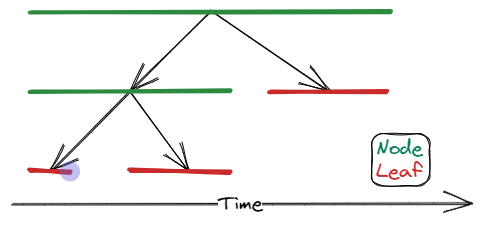
Before: doc/05-resources/img/design/schedulingTree.excalidraw.png, a diagram exported from Excalidraw (simbarras/tb23-gpu-opt-celeritas). Source tidied: one line per element, renumbered; positions are measured from the earlier drawing's top-left corner, leaving out a move shared by most shapes.
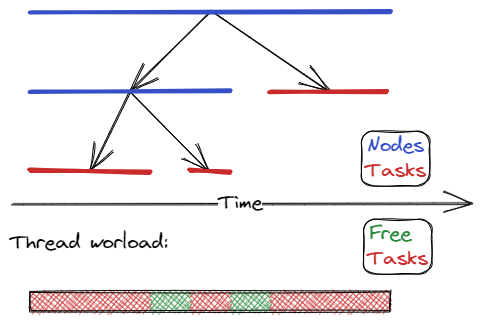
After the commit.

Diff of the diagram source:
```diff
@@ -1,14 +1,24 @@
 {"id": 0, "type": "arrow", "strokeColor": "#000000", "strokeWidth": 1, "roughness": 1, "endArrowhead": "arrow", "round": true, "x": 199, "y": 0, "width": 120, "height": 80, "points": [[0, 0], [120, 80]]}
 {"id": 1, "type": "arrow", "strokeColor": "#000000", "strokeWidth": 1, "roughness": 1, "endArrowhead": "arrow", "round": true, "x": 199, "y": 0, "width": 80, "height": 80, "points": [[0, 0], [-80, 80]]}
-{"id": 2, "type": "arrow", "strokeColor": "#000000", "strokeWidth": 1, "roughness": 1, "endArrowhead": "arrow", "round": true, "x": 119, "y": 80, "width": 80, "height": 80, "points": [[0, 0], [-80, 80]]}
+{"id": 2, "type": "arrow", "strokeColor": "#000000", "strokeWidth": 1, "roughness": 1, "endArrowhead": "arrow", "round": true, "x": 119, "y": 80, "width": 40, "height": 80, "points": [[0, 0], [-40, 80]]}
-{"id": 3, "type": "arrow", "strokeColor": "#000000", "strokeWidth": 1, "roughness": 1, "endArrowhead": "arrow", "round": true, "x": 119, "y": 80, "width": 60, "height": 80, "points": [[0, 0], [60, 80]]}
+{"id": 3, "type": "arrow", "strokeColor": "#000000", "strokeWidth": 1, "roughness": 1, "endArrowhead": "arrow", "round": true, "x": 119, "y": 80, "width": 80, "height": 80, "points": [[0, 0], [80, 80]]}
-{"id": 4, "type": "line", "strokeColor": "#2b8a3e", "strokeWidth": 4, "roughness": 1, "round": true, "x": 19, "y": 0, "width": 360, "height": 0, "points": [[0, 0], [360, 0]]}
+{"id": 4, "type": "line", "strokeColor": "#364fc7", "strokeWidth": 4, "roughness": 1, "round": true, "x": 19, "y": 0, "width": 360, "height": 0, "points": [[0, 0], [360, 0]]}
-{"id": 5, "type": "line", "strokeColor": "#2b8a3e", "strokeWidth": 4, "roughness": 1, "round": true, "x": 19, "y": 80, "width": 200, "height": 0, "points": [[0, 0], [200, 0]]}
+{"id": 5, "type": "line", "strokeColor": "#364fc7", "strokeWidth": 4, "roughness": 1, "round": true, "x": 19, "y": 80, "width": 200, "height": 0, "points": [[0, 0], [200, 0]]}
 {"id": 6, "type": "line", "strokeColor": "#c92a2a", "strokeWidth": 4, "roughness": 1, "round": true, "x": 259, "y": 80, "width": 117, "height": 0, "points": [[0, 0], [117, 0]]}
-{"id": 7, "type": "line", "strokeColor": "#c92a2a", "strokeWidth": 4, "roughness": 1, "round": true, "x": 19, "y": 160, "width": 40, "height": 0, "points": [[0, 0], [40, 0]]}
+{"id": 7, "type": "line", "strokeColor": "#c92a2a", "strokeWidth": 4, "roughness": 1, "round": true, "x": 19, "y": 160, "width": 120, "height": 0, "points": [[0, 0], [120, 0]]}
-{"id": 8, "type": "line", "strokeColor": "#c92a2a", "strokeWidth": 4, "roughness": 1, "round": true, "x": 119, "y": 160, "width": 100, "height": 0, "points": [[0, 0], [100, 0]]}
+{"id": 8, "type": "line", "strokeColor": "#c92a2a", "strokeWidth": 4, "roughness": 1, "round": true, "x": 179, "y": 160, "width": 40, "height": 0, "points": [[0, 0], [40, 0]]}
 {"id": 9, "type": "arrow", "strokeColor": "#000000", "strokeWidth": 1, "roughness": 1, "endArrowhead": "arrow", "round": true, "x": 0, "y": 193, "width": 459, "height": 1, "points": [[0, 0], [459, -1]]}
 {"id": 10, "type": "text", "text": "Time", "strokeColor": "#000000", "strokeWidth": 1, "roughness": 1, "fontSize": 20, "fontFamily": 1, "textAlign": "center", "verticalAlign": "middle", "inside": 9, "x": 208, "y": 180, "width": 44, "height": 25}
-{"id": 11, "type": "rectangle", "strokeColor": "#000000", "strokeWidth": 1, "roughness": 1, "round": true, "x": 361, "y": 122, "width": 58, "height": 52}
+{"id": 11, "type": "rectangle", "strokeColor": "#000000", "strokeWidth": 1, "roughness": 1, "round": true, "x": 351, "y": 120, "width": 68, "height": 55}
-{"id": 12, "type": "text", "text": "Node", "strokeColor": "#087f5b", "strokeWidth": 1, "roughness": 1, "fontSize": 20, "fontFamily": 1, "x": 365, "y": 125, "width": 46, "height": 25}
+{"id": 12, "type": "text", "text": "Nodes", "strokeColor": "#364fc7", "strokeWidth": 1, "roughness": 1, "fontSize": 20, "fontFamily": 1, "x": 356, "y": 122, "width": 57, "height": 25}
-{"id": 13, "type": "text", "text": "Leaf", "strokeColor": "#c92a2a", "strokeWidth": 1, "roughness": 1, "fontSize": 20, "fontFamily": 1, "x": 365, "y": 147, "width": 46, "height": 25}
+{"id": 13, "type": "text", "text": "Tasks", "strokeColor": "#c92a2a", "strokeWidth": 1, "roughness": 1, "fontSize": 20, "fontFamily": 1, "x": 354, "y": 148, "width": 61, "height": 25}
+{"id": 14, "type": "rectangle", "strokeColor": "transparent", "backgroundColor": "#c92a2a", "fillStyle": "cross-hatch", "strokeWidth": 1, "roughness": 1, "x": 19, "y": 280, "width": 120, "height": 20}
+{"id": 15, "type": "rectangle", "strokeColor": "transparent", "backgroundColor": "#2b8a3e", "fillStyle": "cross-hatch", "strokeWidth": 1, "roughness": 1, "x": 139, "y": 280, "width": 40, "height": 20}
+{"id": 16, "type": "rectangle", "strokeColor": "transparent", "backgroundColor": "#c92a2a", "fillStyle": "cross-hatch", "strokeWidth": 1, "roughness": 1, "x": 179, "y": 280, "width": 40, "height": 20}
+{"id": 17, "type": "rectangle", "strokeColor": "transparent", "backgroundColor": "#2b8a3e", "fillStyle": "cross-hatch", "strokeWidth": 1, "roughness": 1, "x": 219, "y": 280, "width": 40, "height": 20}
+{"id": 18, "type": "rectangle", "strokeColor": "transparent", "backgroundColor": "#c92a2a", "fillStyle": "cross-hatch", "strokeWidth": 1, "roughness": 1, "x": 259, "y": 280, "width": 120, "height": 20}
+{"id": 19, "type": "rectangle", "strokeColor": "#000000", "strokeWidth": 1, "roughness": 1, "x": 19, "y": 280, "width": 360, "height": 20}
+{"id": 20, "type": "text", "text": "Thread worload:", "strokeColor": "#000000", "strokeWidth": 1, "roughness": 1, "fontSize": 20, "fontFamily": 1, "x": -1, "y": 220, "width": 158, "height": 25}
+{"id": 21, "type": "rectangle", "strokeColor": "#000000", "strokeWidth": 1, "roughness": 1, "round": true, "x": 353, "y": 208, "width": 68, "height": 55}
+{"id": 22, "type": "text", "text": "Free", "strokeColor": "#2b8a3e", "strokeWidth": 1, "roughness": 1, "fontSize": 20, "fontFamily": 1, "x": 358, "y": 210, "width": 42, "height": 25}
+{"id": 23, "type": "text", "text": "Tasks", "strokeColor": "#c92a2a", "strokeWidth": 1, "roughness": 1, "fontSize": 20, "fontFamily": 1, "x": 356, "y": 236, "width": 61, "height": 25}
```
